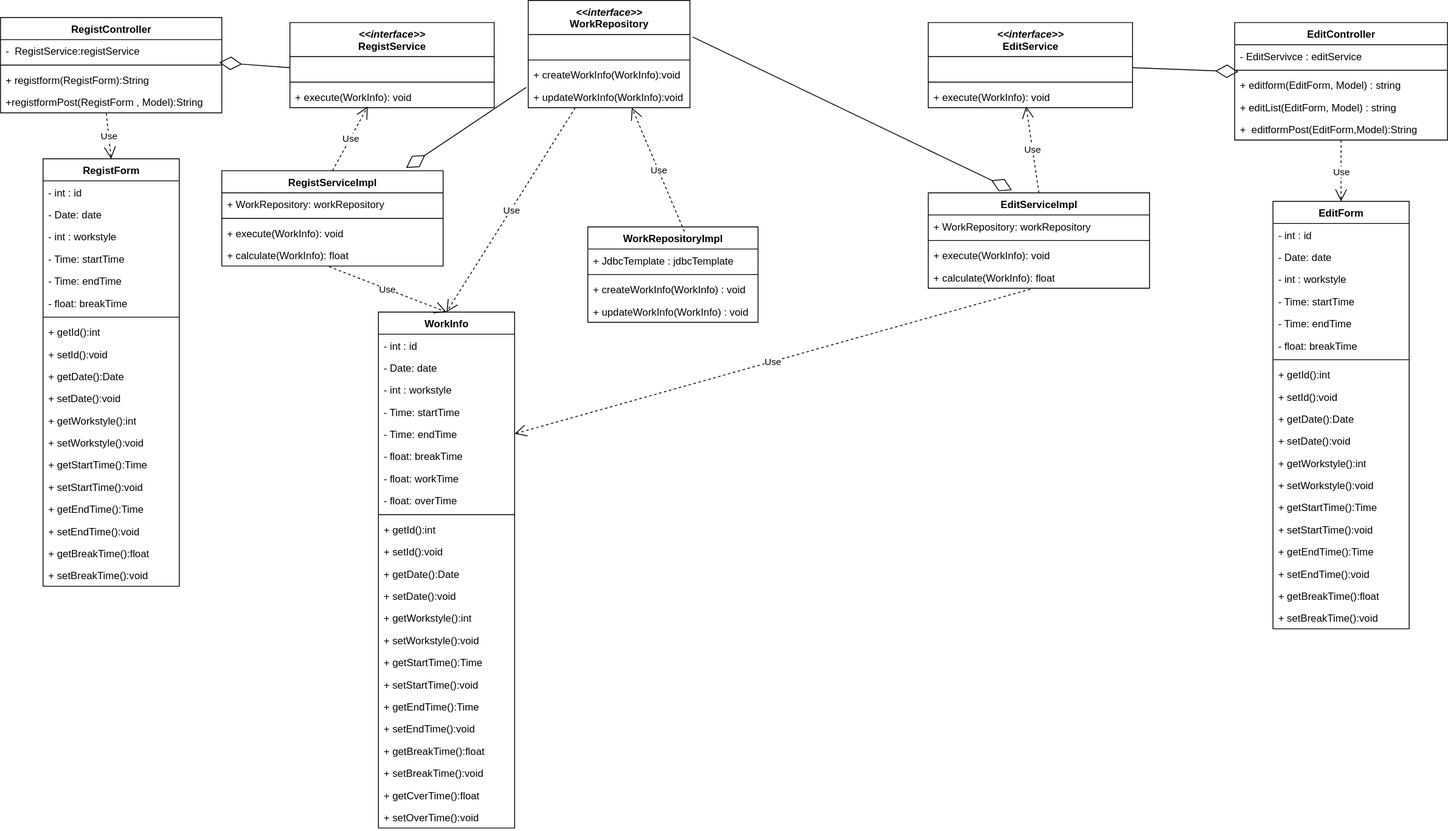
ICT-Training-2026/team-project-15 keeps this draw.io diagram as 03_詳細設計/クラス図/勤怠編集.drawio.svg. Above is the earlier version. Source tidied: cells renumbered, new cells last; positions are measured from the earlier drawing's top-left corner, leaving out a move shared by most shapes.
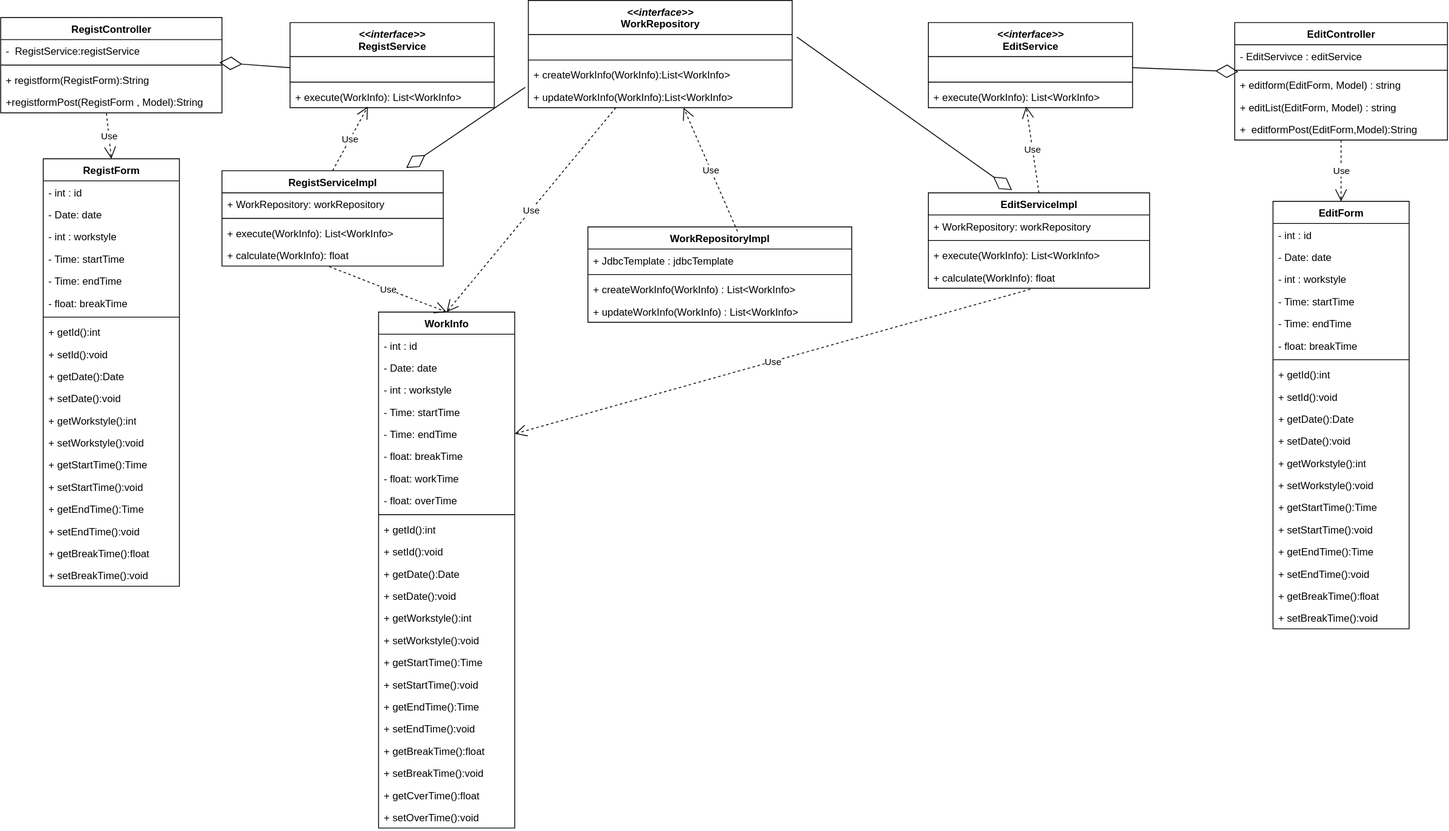
The same file after the commit.

What changed in the source:
```diff
@@ -71,7 +71,7 @@
     <mxCell id="24" style="line;strokeWidth=1;fillColor=none;align=left;verticalAlign=middle;spacingTop=-1;spacingLeft=3;spacingRight=3;labelPosition=right;strokeColor=inherit;" parent="22" vertex="1">
       <mxGeometry y="66" width="240" height="8" as="geometry" />
     </mxCell>
-    <mxCell id="25" value="+ execute(WorkInfo): void" style="text;strokeColor=none;fillColor=none;align=left;verticalAlign=top;spacingLeft=4;spacingRight=4;overflow=hidden;points=[[0,0.5],[1,0.5]];portConstraint=eastwest;whiteSpace=wrap;html=1;" parent="22" vertex="1">
+    <mxCell id="25" value="+ execute(WorkInfo): List&amp;lt;WorkInfo&amp;gt;" style="text;strokeColor=none;fillColor=none;align=left;verticalAlign=top;spacingLeft=4;spacingRight=4;overflow=hidden;points=[[0,0.5],[1,0.5]];portConstraint=eastwest;whiteSpace=wrap;html=1;" parent="22" vertex="1">
       <mxGeometry y="74" width="240" height="26" as="geometry" />
     </mxCell>
     <mxCell id="26" value="Use" style="endArrow=open;endSize=12;dashed=1;html=1;rounded=0;entryX=0.5;entryY=0;entryDx=0;entryDy=0;exitX=0.478;exitY=1.022;exitDx=0;exitDy=0;exitPerimeter=0;" parent="1" edge="1" source="82" target="2">
@@ -89,7 +89,7 @@
     <mxCell id="30" style="line;strokeWidth=1;fillColor=none;align=left;verticalAlign=middle;spacingTop=-1;spacingLeft=3;spacingRight=3;labelPosition=right;strokeColor=inherit;" parent="28" vertex="1">
       <mxGeometry y="52" width="260" height="8" as="geometry" />
     </mxCell>
-    <mxCell id="31" value="+ execute(WorkInfo): void" style="text;strokeColor=none;fillColor=none;align=left;verticalAlign=top;spacingLeft=4;spacingRight=4;overflow=hidden;whiteSpace=wrap;html=1;" parent="28" vertex="1">
+    <mxCell id="31" value="+ execute(WorkInfo): List&amp;lt;WorkInfo&amp;gt;" style="text;strokeColor=none;fillColor=none;align=left;verticalAlign=top;spacingLeft=4;spacingRight=4;overflow=hidden;whiteSpace=wrap;html=1;" parent="28" vertex="1">
       <mxGeometry y="60" width="260" height="26" as="geometry" />
     </mxCell>
     <mxCell id="32" value="+ calculate(WorkInfo): float" style="text;strokeColor=none;fillColor=none;align=left;verticalAlign=top;spacingLeft=4;spacingRight=4;overflow=hidden;points=[[0,0.5],[1,0.5]];portConstraint=eastwest;whiteSpace=wrap;html=1;" parent="28" vertex="1">
@@ -99,37 +99,37 @@
       <mxGeometry relative="1" as="geometry" />
     </mxCell>
     <mxCell id="34" value="&lt;div&gt;&lt;i&gt;&amp;lt;&amp;lt;interface&amp;gt;&amp;gt;&lt;/i&gt;&lt;/div&gt;WorkRepository" style="swimlane;fontStyle=1;align=center;verticalAlign=top;horizontal=1;startSize=40;whiteSpace=wrap;html=1;" parent="1" vertex="1">
-      <mxGeometry x="620" width="190" height="126" as="geometry" />
+      <mxGeometry x="620" width="310" height="126" as="geometry" />
     </mxCell>
     <mxCell id="35" value="&amp;nbsp;" style="text;strokeColor=none;fillColor=none;align=left;verticalAlign=top;spacingLeft=4;spacingRight=4;overflow=hidden;points=[[0,0.5],[1,0.5]];portConstraint=eastwest;whiteSpace=wrap;html=1;" parent="34" vertex="1">
-      <mxGeometry y="40" width="190" height="26" as="geometry" />
+      <mxGeometry y="40" width="310" height="26" as="geometry" />
     </mxCell>
     <mxCell id="36" style="line;strokeWidth=1;fillColor=none;align=left;verticalAlign=middle;spacingTop=-1;spacingLeft=3;spacingRight=3;labelPosition=right;strokeColor=inherit;" parent="34" vertex="1">
-      <mxGeometry y="66" width="190" height="8" as="geometry" />
+      <mxGeometry y="66" width="310" height="8" as="geometry" />
     </mxCell>
-    <mxCell id="37" value="+ createWorkInfo(WorkInfo):void" style="text;strokeColor=none;fillColor=none;align=left;verticalAlign=top;spacingLeft=4;spacingRight=4;overflow=hidden;points=[[0,0.5],[1,0.5]];portConstraint=eastwest;whiteSpace=wrap;html=1;" parent="34" vertex="1">
-      <mxGeometry y="74" width="190" height="26" as="geometry" />
+    <mxCell id="37" value="+ createWorkInfo(WorkInfo):List&amp;lt;WorkInfo&amp;gt;" style="text;strokeColor=none;fillColor=none;align=left;verticalAlign=top;spacingLeft=4;spacingRight=4;overflow=hidden;points=[[0,0.5],[1,0.5]];portConstraint=eastwest;whiteSpace=wrap;html=1;" parent="34" vertex="1">
+      <mxGeometry y="74" width="310" height="26" as="geometry" />
     </mxCell>
-    <mxCell id="38" value="+ updateWorkInfo(WorkInfo):void" style="text;strokeColor=none;fillColor=none;align=left;verticalAlign=top;spacingLeft=4;spacingRight=4;overflow=hidden;whiteSpace=wrap;html=1;" parent="34" vertex="1">
-      <mxGeometry y="100" width="190" height="26" as="geometry" />
+    <mxCell id="38" value="+ updateWorkInfo(WorkInfo):List&amp;lt;WorkInfo&amp;gt;" style="text;strokeColor=none;fillColor=none;align=left;verticalAlign=top;spacingLeft=4;spacingRight=4;overflow=hidden;whiteSpace=wrap;html=1;" parent="34" vertex="1">
+      <mxGeometry y="100" width="310" height="26" as="geometry" />
     </mxCell>
     <mxCell id="39" style="endArrow=diamondThin;endFill=0;endSize=24;html=1;rounded=0;exitX=-0.012;exitY=1.082;exitDx=0;exitDy=0;entryX=0.833;entryY=-0.03;entryDx=0;entryDy=0;entryPerimeter=0;exitPerimeter=0;" parent="1" edge="1" source="37" target="28">
       <mxGeometry relative="1" as="geometry" />
     </mxCell>
     <mxCell id="40" value="WorkRepositoryImpl" style="swimlane;fontStyle=1;align=center;verticalAlign=top;horizontal=1;startSize=26;whiteSpace=wrap;html=1;" parent="1" vertex="1">
-      <mxGeometry x="690" y="266" width="200" height="112" as="geometry" />
+      <mxGeometry x="690" y="266" width="310" height="112" as="geometry" />
     </mxCell>
     <mxCell id="41" value="+ JdbcTemplate : jdbcTemplate" style="text;strokeColor=none;fillColor=none;align=left;verticalAlign=top;spacingLeft=4;spacingRight=4;overflow=hidden;whiteSpace=wrap;html=1;" parent="40" vertex="1">
-      <mxGeometry y="26" width="200" height="26" as="geometry" />
+      <mxGeometry y="26" width="310" height="26" as="geometry" />
     </mxCell>
     <mxCell id="42" style="line;strokeWidth=1;fillColor=none;align=left;verticalAlign=middle;spacingTop=-1;spacingLeft=3;spacingRight=3;labelPosition=right;strokeColor=inherit;" parent="40" vertex="1">
-      <mxGeometry y="52" width="200" height="8" as="geometry" />
+      <mxGeometry y="52" width="310" height="8" as="geometry" />
     </mxCell>
-    <mxCell id="43" value="+ createWorkInfo(WorkInfo) : void" style="text;strokeColor=none;fillColor=none;align=left;verticalAlign=top;spacingLeft=4;spacingRight=4;overflow=hidden;whiteSpace=wrap;html=1;" parent="40" vertex="1">
-      <mxGeometry y="60" width="200" height="26" as="geometry" />
+    <mxCell id="43" value="+ createWorkInfo(WorkInfo) : List&amp;lt;WorkInfo&amp;gt;" style="text;strokeColor=none;fillColor=none;align=left;verticalAlign=top;spacingLeft=4;spacingRight=4;overflow=hidden;whiteSpace=wrap;html=1;" parent="40" vertex="1">
+      <mxGeometry y="60" width="310" height="26" as="geometry" />
     </mxCell>
-    <mxCell id="44" value="+ updateWorkInfo(WorkInfo) : void" style="text;strokeColor=none;fillColor=none;align=left;verticalAlign=top;spacingLeft=4;spacingRight=4;overflow=hidden;whiteSpace=wrap;html=1;" parent="40" vertex="1">
-      <mxGeometry y="86" width="200" height="26" as="geometry" />
+    <mxCell id="44" value="+ updateWorkInfo(WorkInfo) : List&amp;lt;WorkInfo&amp;gt;" style="text;strokeColor=none;fillColor=none;align=left;verticalAlign=top;spacingLeft=4;spacingRight=4;overflow=hidden;whiteSpace=wrap;html=1;" parent="40" vertex="1">
+      <mxGeometry y="86" width="310" height="26" as="geometry" />
     </mxCell>
     <mxCell id="45" value="WorkInfo" style="swimlane;fontStyle=1;align=center;verticalAlign=top;horizontal=1;startSize=26;whiteSpace=wrap;html=1;" parent="1" vertex="1">
       <mxGeometry x="444" y="366" width="160" height="606" as="geometry" />
@@ -314,7 +314,7 @@
     <mxCell id="105" style="line;strokeWidth=1;fillColor=none;align=left;verticalAlign=middle;spacingTop=-1;spacingLeft=3;spacingRight=3;labelPosition=right;strokeColor=inherit;" parent="103" vertex="1">
       <mxGeometry y="66" width="240" height="8" as="geometry" />
     </mxCell>
-    <mxCell id="106" value="+ execute(WorkInfo): void" style="text;strokeColor=none;fillColor=none;align=left;verticalAlign=top;spacingLeft=4;spacingRight=4;overflow=hidden;points=[[0,0.5],[1,0.5]];portConstraint=eastwest;whiteSpace=wrap;html=1;" parent="103" vertex="1">
+    <mxCell id="106" value="+ execute(WorkInfo): List&amp;lt;WorkInfo&amp;gt;" style="text;strokeColor=none;fillColor=none;align=left;verticalAlign=top;spacingLeft=4;spacingRight=4;overflow=hidden;points=[[0,0.5],[1,0.5]];portConstraint=eastwest;whiteSpace=wrap;html=1;" parent="103" vertex="1">
       <mxGeometry y="74" width="240" height="26" as="geometry" />
     </mxCell>
     <mxCell id="107" value="EditServiceImpl" style="swimlane;fontStyle=1;align=center;verticalAlign=top;horizontal=1;startSize=26;whiteSpace=wrap;html=1;" parent="1" vertex="1">
@@ -326,7 +326,7 @@
     <mxCell id="109" style="line;strokeWidth=1;fillColor=none;align=left;verticalAlign=middle;spacingTop=-1;spacingLeft=3;spacingRight=3;labelPosition=right;strokeColor=inherit;" parent="107" vertex="1">
       <mxGeometry y="52" width="260" height="8" as="geometry" />
     </mxCell>
-    <mxCell id="110" value="+ execute(WorkInfo): void" style="text;strokeColor=none;fillColor=none;align=left;verticalAlign=top;spacingLeft=4;spacingRight=4;overflow=hidden;whiteSpace=wrap;html=1;" parent="107" vertex="1">
+    <mxCell id="110" value="+ execute(WorkInfo): List&amp;lt;WorkInfo&amp;gt;" style="text;strokeColor=none;fillColor=none;align=left;verticalAlign=top;spacingLeft=4;spacingRight=4;overflow=hidden;whiteSpace=wrap;html=1;" parent="107" vertex="1">
       <mxGeometry y="60" width="260" height="26" as="geometry" />
     </mxCell>
     <mxCell id="111" value="+ calculate(WorkInfo): float" style="text;strokeColor=none;fillColor=none;align=left;verticalAlign=top;spacingLeft=4;spacingRight=4;overflow=hidden;points=[[0,0.5],[1,0.5]];portConstraint=eastwest;whiteSpace=wrap;html=1;" parent="107" vertex="1">
```
